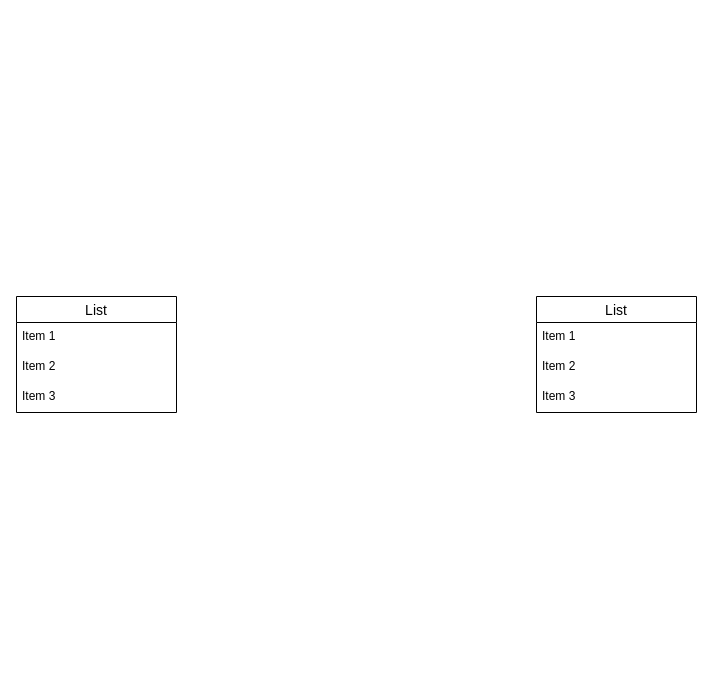
Above: test.dio in kimino98/furima-35410 (draw.io), before the change. Source tidied: cells renumbered, new cells numbered last; positions are measured from the earlier drawing's top-left corner, leaving out a move shared by most shapes. Both pictures are drawn from the tidied source at 100%, with x=0, y=0 at pixel (16, 296).
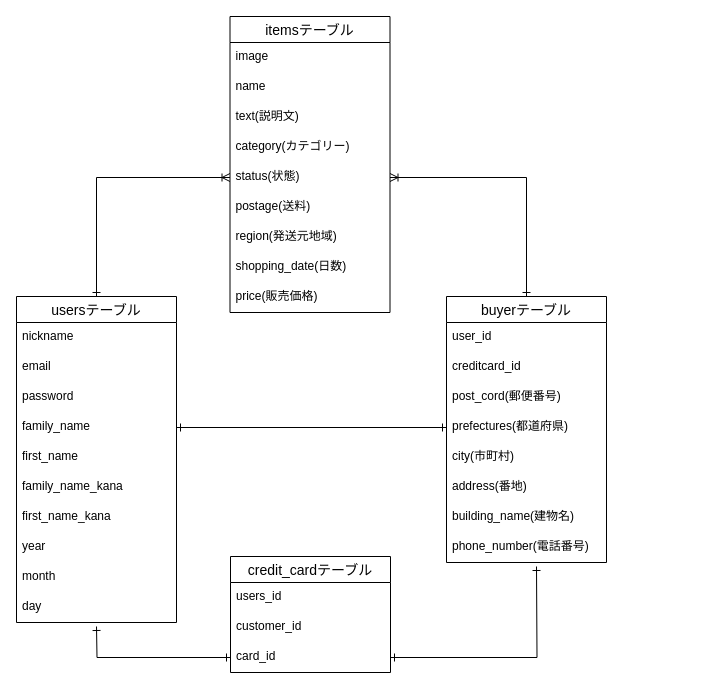
Above is the later version.

Commit message (it also covers changes not shown here):
ER図・README記述

Change to the diagram source:
```diff
@@
+    <mxCell id="10" style="edgeStyle=orthogonalEdgeStyle;rounded=0;jettySize=auto;html=1;exitX=0.5;exitY=0;exitDx=0;exitDy=0;entryX=0;entryY=0.5;entryDx=0;entryDy=0;startArrow=ERone;startFill=0;endArrow=ERoneToMany;endFill=0;" parent="1" edge="1" source="2" target="19">
+      <mxGeometry relative="1" as="geometry" />
+    </mxCell>
-    <mxCell id="2" value="List" style="swimlane;fontStyle=0;horizontal=1;startSize=26;align=center;fontSize=14;" parent="1" vertex="1">
-      <mxGeometry width="160" height="116" as="geometry" />
+    <mxCell id="2" value="usersテーブル" style="swimlane;fontStyle=0;horizontal=1;startSize=26;align=center;fontSize=14;" parent="1" vertex="1">
+      <mxGeometry width="160" height="326" as="geometry" />
     </mxCell>
-    <mxCell id="3" value="Item 1" style="text;strokeColor=none;fillColor=none;spacingLeft=4;spacingRight=4;overflow=hidden;fontSize=12;" parent="2" vertex="1">
+    <mxCell id="3" value="nickname" style="text;strokeColor=none;fillColor=none;spacingLeft=4;spacingRight=4;overflow=hidden;fontSize=12;" parent="2" vertex="1">
       <mxGeometry y="26" width="160" height="30" as="geometry" />
     </mxCell>
-    <mxCell id="4" value="Item 2" style="text;strokeColor=none;fillColor=none;spacingLeft=4;spacingRight=4;overflow=hidden;fontSize=12;" parent="2" vertex="1">
+    <mxCell id="4" value="email" style="text;strokeColor=none;fillColor=none;spacingLeft=4;spacingRight=4;overflow=hidden;fontSize=12;" parent="2" vertex="1">
       <mxGeometry y="56" width="160" height="30" as="geometry" />
     </mxCell>
-    <mxCell id="5" value="Item 3" style="text;strokeColor=none;fillColor=none;spacingLeft=4;spacingRight=4;overflow=hidden;fontSize=12;" parent="2" vertex="1">
+    <mxCell id="5" value="password" style="text;strokeColor=none;fillColor=none;spacingLeft=4;spacingRight=4;overflow=hidden;fontSize=12;" parent="2" vertex="1">
       <mxGeometry y="86" width="160" height="30" as="geometry" />
     </mxCell>
+    <mxCell id="11" value="family_name" style="text;strokeColor=none;fillColor=none;spacingLeft=4;spacingRight=4;overflow=hidden;points=[[0,0.5],[1,0.5]];portConstraint=eastwest;fontSize=12;" parent="2" vertex="1">
+      <mxGeometry y="116" width="160" height="30" as="geometry" />
+    </mxCell>
+    <mxCell id="12" value="first_name" style="text;strokeColor=none;fillColor=none;spacingLeft=4;spacingRight=4;overflow=hidden;fontSize=12;" parent="2" vertex="1">
+      <mxGeometry y="146" width="160" height="30" as="geometry" />
+    </mxCell>
+    <mxCell id="13" value="family_name_kana" style="text;strokeColor=none;fillColor=none;spacingLeft=4;spacingRight=4;overflow=hidden;fontSize=12;" parent="2" vertex="1">
+      <mxGeometry y="176" width="160" height="30" as="geometry" />
+    </mxCell>
+    <mxCell id="14" value="first_name_kana" style="text;strokeColor=none;fillColor=none;spacingLeft=4;spacingRight=4;overflow=hidden;fontSize=12;" parent="2" vertex="1">
+      <mxGeometry y="206" width="160" height="30" as="geometry" />
+    </mxCell>
+    <mxCell id="15" value="year" style="text;strokeColor=none;fillColor=none;spacingLeft=4;spacingRight=4;overflow=hidden;fontSize=12;" parent="2" vertex="1">
+      <mxGeometry y="236" width="160" height="30" as="geometry" />
+    </mxCell>
+    <mxCell id="16" value="month" style="text;strokeColor=none;fillColor=none;spacingLeft=4;spacingRight=4;overflow=hidden;fontSize=12;" parent="2" vertex="1">
+      <mxGeometry y="266" width="160" height="30" as="geometry" />
+    </mxCell>
+    <mxCell id="17" value="day" style="text;strokeColor=none;fillColor=none;spacingLeft=4;spacingRight=4;overflow=hidden;fontSize=12;" parent="2" vertex="1">
+      <mxGeometry y="296" width="160" height="30" as="geometry" />
+    </mxCell>
-    <mxCell id="6" value="List" style="swimlane;fontStyle=0;horizontal=1;startSize=26;align=center;fontSize=14;" parent="1" vertex="1">
-      <mxGeometry x="520" width="160" height="116" as="geometry" />
+    <mxCell id="6" value="itemsテーブル" style="swimlane;fontStyle=0;horizontal=1;startSize=26;align=center;fontSize=14;" parent="1" vertex="1">
+      <mxGeometry x="213.5" y="-280" width="160" height="296" as="geometry" />
     </mxCell>
-    <mxCell id="7" value="Item 1" style="text;strokeColor=none;fillColor=none;spacingLeft=4;spacingRight=4;overflow=hidden;fontSize=12;" parent="6" vertex="1">
+    <mxCell id="7" value="image" style="text;strokeColor=none;fillColor=none;spacingLeft=4;spacingRight=4;overflow=hidden;fontSize=12;" parent="6" vertex="1">
       <mxGeometry y="26" width="160" height="30" as="geometry" />
     </mxCell>
-    <mxCell id="8" value="Item 2" style="text;strokeColor=none;fillColor=none;spacingLeft=4;spacingRight=4;overflow=hidden;fontSize=12;" parent="6" vertex="1">
+    <mxCell id="8" value="name" style="text;strokeColor=none;fillColor=none;spacingLeft=4;spacingRight=4;overflow=hidden;fontSize=12;" parent="6" vertex="1">
       <mxGeometry y="56" width="160" height="30" as="geometry" />
     </mxCell>
-    <mxCell id="9" value="Item 3" style="text;strokeColor=none;fillColor=none;spacingLeft=4;spacingRight=4;overflow=hidden;fontSize=12;" parent="6" vertex="1">
+    <mxCell id="9" value="text(説明文)" style="text;strokeColor=none;fillColor=none;spacingLeft=4;spacingRight=4;overflow=hidden;fontSize=12;" parent="6" vertex="1">
       <mxGeometry y="86" width="160" height="30" as="geometry" />
     </mxCell>
+    <mxCell id="18" value="category(カテゴリー)" style="text;strokeColor=none;fillColor=none;spacingLeft=4;spacingRight=4;overflow=hidden;fontSize=12;" parent="6" vertex="1">
+      <mxGeometry y="116" width="160" height="30" as="geometry" />
+    </mxCell>
+    <mxCell id="19" value="status(状態)" style="text;strokeColor=none;fillColor=none;spacingLeft=4;spacingRight=4;overflow=hidden;points=[[0,0.5],[1,0.5]];portConstraint=eastwest;fontSize=12;" parent="6" vertex="1">
+      <mxGeometry y="146" width="160" height="30" as="geometry" />
+    </mxCell>
+    <mxCell id="20" value="postage(送料)" style="text;strokeColor=none;fillColor=none;spacingLeft=4;spacingRight=4;overflow=hidden;fontSize=12;" parent="6" vertex="1">
+      <mxGeometry y="176" width="160" height="30" as="geometry" />
+    </mxCell>
+    <mxCell id="21" value="region(発送元地域)" style="text;strokeColor=none;fillColor=none;spacingLeft=4;spacingRight=4;overflow=hidden;fontSize=12;" parent="6" vertex="1">
+      <mxGeometry y="206" width="160" height="30" as="geometry" />
+    </mxCell>
+    <mxCell id="22" value="shopping_date(日数)" style="text;strokeColor=none;fillColor=none;spacingLeft=4;spacingRight=4;overflow=hidden;fontSize=12;" parent="6" vertex="1">
+      <mxGeometry y="236" width="160" height="30" as="geometry" />
+    </mxCell>
+    <mxCell id="23" value="price(販売価格)" style="text;strokeColor=none;fillColor=none;spacingLeft=4;spacingRight=4;overflow=hidden;fontSize=12;" parent="6" vertex="1">
+      <mxGeometry y="266" width="160" height="30" as="geometry" />
+    </mxCell>
+    <mxCell id="24" style="edgeStyle=orthogonalEdgeStyle;rounded=0;jettySize=auto;html=1;exitX=0.5;exitY=0;exitDx=0;exitDy=0;startArrow=ERone;startFill=0;endArrow=ERoneToMany;endFill=0;entryX=1;entryY=0.5;entryDx=0;entryDy=0;" parent="1" edge="1" source="25" target="19">
+      <mxGeometry relative="1" as="geometry" />
+    </mxCell>
+    <mxCell id="25" value="buyerテーブル" style="swimlane;fontStyle=0;horizontal=1;startSize=26;align=center;fontSize=14;" parent="1" vertex="1">
+      <mxGeometry x="430" width="160" height="266" as="geometry" />
+    </mxCell>
+    <mxCell id="26" value="user_id" style="text;strokeColor=none;fillColor=none;spacingLeft=4;spacingRight=4;overflow=hidden;fontSize=12;" parent="25" vertex="1">
+      <mxGeometry y="26" width="160" height="30" as="geometry" />
+    </mxCell>
+    <mxCell id="27" value="creditcard_id" style="text;strokeColor=none;fillColor=none;spacingLeft=4;spacingRight=4;overflow=hidden;fontSize=12;" parent="25" vertex="1">
+      <mxGeometry y="56" width="160" height="30" as="geometry" />
+    </mxCell>
+    <mxCell id="28" value="post_cord(郵便番号)" style="text;strokeColor=none;fillColor=none;spacingLeft=4;spacingRight=4;overflow=hidden;fontSize=12;" parent="25" vertex="1">
+      <mxGeometry y="86" width="160" height="30" as="geometry" />
+    </mxCell>
+    <mxCell id="29" value="prefectures(都道府県)" style="text;strokeColor=none;fillColor=none;spacingLeft=4;spacingRight=4;overflow=hidden;points=[[0,0.5],[1,0.5]];portConstraint=eastwest;fontSize=12;" parent="25" vertex="1">
+      <mxGeometry y="116" width="160" height="30" as="geometry" />
+    </mxCell>
+    <mxCell id="30" value="city(市町村)" style="text;strokeColor=none;fillColor=none;spacingLeft=4;spacingRight=4;overflow=hidden;fontSize=12;" parent="25" vertex="1">
+      <mxGeometry y="146" width="160" height="30" as="geometry" />
+    </mxCell>
+    <mxCell id="31" value="address(番地)" style="text;strokeColor=none;fillColor=none;spacingLeft=4;spacingRight=4;overflow=hidden;fontSize=12;" parent="25" vertex="1">
+      <mxGeometry y="176" width="160" height="30" as="geometry" />
+    </mxCell>
+    <mxCell id="32" value="building_name(建物名)" style="text;strokeColor=none;fillColor=none;spacingLeft=4;spacingRight=4;overflow=hidden;fontSize=12;" parent="25" vertex="1">
+      <mxGeometry y="206" width="160" height="30" as="geometry" />
+    </mxCell>
+    <mxCell id="33" value="phone_number(電話番号)" style="text;strokeColor=none;fillColor=none;spacingLeft=4;spacingRight=4;overflow=hidden;fontSize=12;" parent="25" vertex="1">
+      <mxGeometry y="236" width="160" height="30" as="geometry" />
+    </mxCell>
+    <mxCell id="34" value="credit_cardテーブル" style="swimlane;fontStyle=0;horizontal=1;startSize=26;align=center;fontSize=14;" parent="1" vertex="1">
+      <mxGeometry x="214" y="260" width="160" height="116" as="geometry" />
+    </mxCell>
+    <mxCell id="35" value="users_id" style="text;strokeColor=none;fillColor=none;spacingLeft=4;spacingRight=4;overflow=hidden;fontSize=12;" parent="34" vertex="1">
+      <mxGeometry y="26" width="160" height="30" as="geometry" />
+    </mxCell>
+    <mxCell id="36" value="customer_id" style="text;strokeColor=none;fillColor=none;spacingLeft=4;spacingRight=4;overflow=hidden;fontSize=12;" parent="34" vertex="1">
+      <mxGeometry y="56" width="160" height="30" as="geometry" />
+    </mxCell>
+    <mxCell id="37" value="card_id" style="text;strokeColor=none;fillColor=none;spacingLeft=4;spacingRight=4;overflow=hidden;points=[[0,0.5],[1,0.5]];portConstraint=eastwest;fontSize=12;" parent="34" vertex="1">
+      <mxGeometry y="86" width="160" height="30" as="geometry" />
+    </mxCell>
+    <mxCell id="38" style="edgeStyle=orthogonalEdgeStyle;rounded=0;jettySize=auto;html=1;entryX=1;entryY=0.5;entryDx=0;entryDy=0;startArrow=ERone;startFill=0;endArrow=ERone;endFill=0;" parent="1" edge="1" source="29" target="11">
+      <mxGeometry relative="1" as="geometry" />
+    </mxCell>
+    <mxCell id="39" style="edgeStyle=orthogonalEdgeStyle;rounded=0;jettySize=auto;html=1;exitX=0;exitY=0.5;exitDx=0;exitDy=0;startArrow=ERone;startFill=0;endArrow=ERone;endFill=0;" parent="1" edge="1" source="37">
+      <mxGeometry relative="1" as="geometry">
+        <mxPoint x="80" y="330" as="targetPoint" />
+      </mxGeometry>
+    </mxCell>
+    <mxCell id="40" style="edgeStyle=orthogonalEdgeStyle;rounded=0;jettySize=auto;html=1;exitX=1;exitY=0.5;exitDx=0;exitDy=0;startArrow=ERone;startFill=0;endArrow=ERone;endFill=0;" parent="1" edge="1" source="37">
+      <mxGeometry relative="1" as="geometry">
+        <mxPoint x="520" y="270" as="targetPoint" />
+      </mxGeometry>
+    </mxCell>
```
